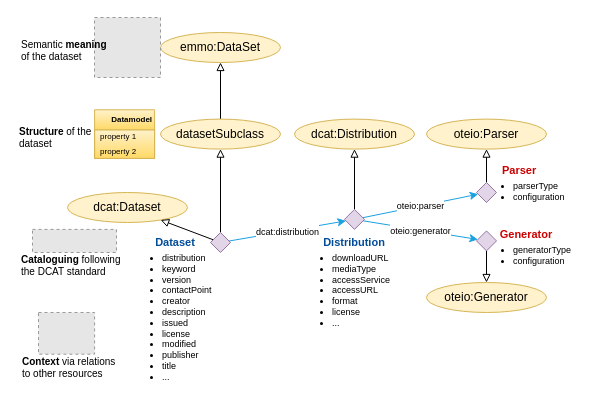
Before: page "Dataset" (1 of 11) of docs/figs/dataset.drawio in EMMC-ASBL/tripper, a draw.io diagram. Source tidied: cells renumbered, new cells numbered last; positions are measured from the earlier drawing's top-left corner, leaving out a move shared by most shapes. Both pictures are drawn from the tidied source at 100%, with x=0, y=0 at pixel (17, 17). Pictures stored in the file or linked from it are replaced by grey dashed boxes.
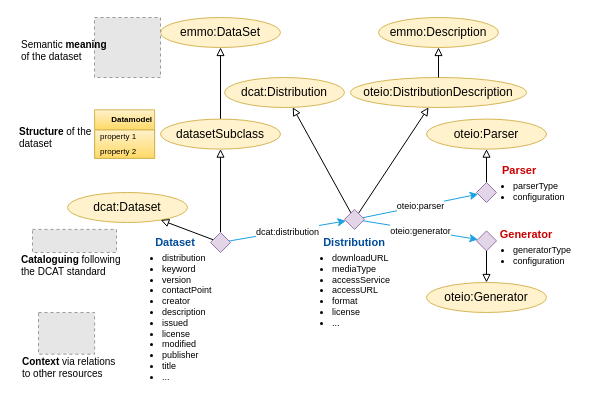
The same diagram, later.

Unchanged cells that the change refers to:
```xml
<mxCell id="17" style="rhombus;whiteSpace=wrap;html=1;fillColor=#e1d5e7;strokeColor=#9673a6;" parent="1" vertex="1">
  <mxGeometry x="327" y="191.9" width="20" height="20" as="geometry" />
</mxCell>
```

Diff of the diagram source:
```diff
@@
     <mxCell id="8" value="dcat:Distribution" style="ellipse;whiteSpace=wrap;html=1;fillColor=#fff2cc;strokeColor=#d6b656;" parent="1" vertex="1">
-      <mxGeometry x="277" y="101.6" width="120" height="30" as="geometry" />
+      <mxGeometry x="207" y="60" width="120" height="30" as="geometry" />
     </mxCell>
@@
+    <mxCell id="42" style="edgeStyle=none;shape=connector;rounded=0;jettySize=auto;html=1;strokeColor=default;align=center;verticalAlign=middle;fontFamily=Helvetica;fontSize=11;fontColor=default;labelBackgroundColor=default;endArrow=block;endFill=0;" parent="1" edge="1" source="17" target="43">
+      <mxGeometry relative="1" as="geometry" />
+    </mxCell>
@@
     <mxCell id="21" value="emmo:DataSet" style="ellipse;whiteSpace=wrap;html=1;fillColor=#fff2cc;strokeColor=#d6b656;" parent="1" vertex="1">
-      <mxGeometry x="143" y="15" width="120" height="30" as="geometry" />
+      <mxGeometry x="143" width="120" height="30" as="geometry" />
     </mxCell>
@@
+    <mxCell id="43" value="oteio:DistributionDescription" style="ellipse;whiteSpace=wrap;html=1;fillColor=#fff2cc;strokeColor=#d6b656;" parent="1" vertex="1">
+      <mxGeometry x="333" y="60" width="176" height="30" as="geometry" />
+    </mxCell>
+    <mxCell id="44" style="rounded=0;jettySize=auto;html=1;strokeColor=default;align=center;verticalAlign=middle;fontFamily=Helvetica;fontSize=11;fontColor=default;labelBackgroundColor=default;endArrow=block;endFill=0;" parent="1" edge="1" source="43" target="45">
+      <mxGeometry relative="1" as="geometry" />
+    </mxCell>
+    <mxCell id="45" value="emmo:Description" style="ellipse;whiteSpace=wrap;html=1;fillColor=#fff2cc;strokeColor=#d6b656;" parent="1" vertex="1">
+      <mxGeometry x="361" width="120" height="30" as="geometry" />
+    </mxCell>
```
